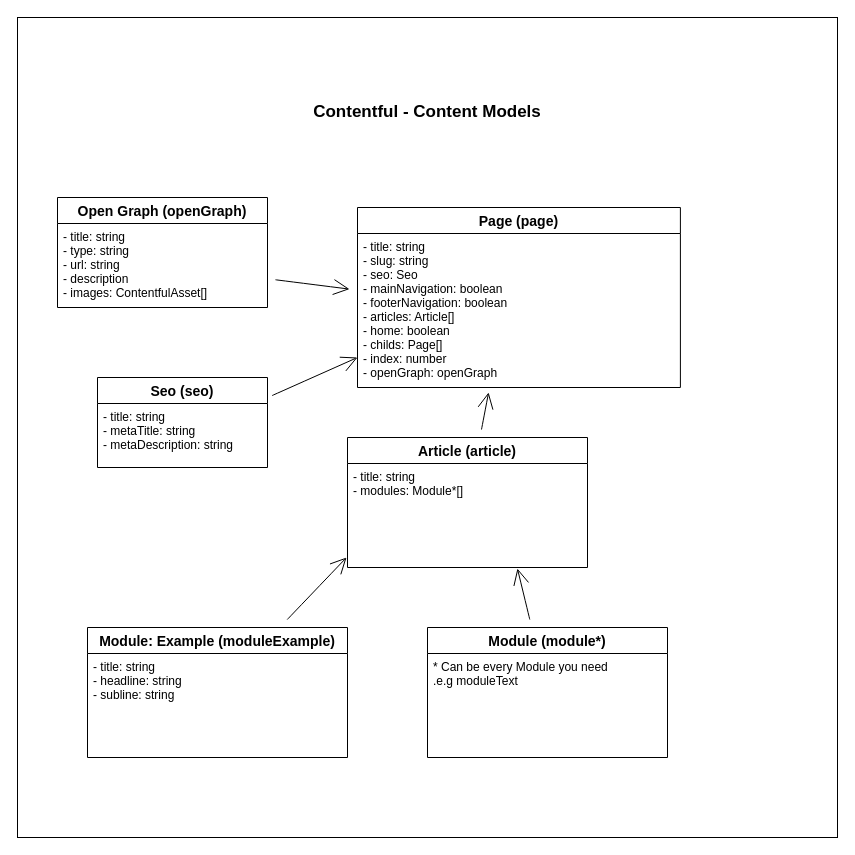
Before: content-model.drawio in nextful/framework, a draw.io diagram. Source tidied: cells renumbered, new cells numbered last; positions are measured from the earlier drawing's top-left corner, leaving out a move shared by most shapes. Both pictures are drawn from the tidied source at 100%, with x=0, y=0 at pixel (17, 17).
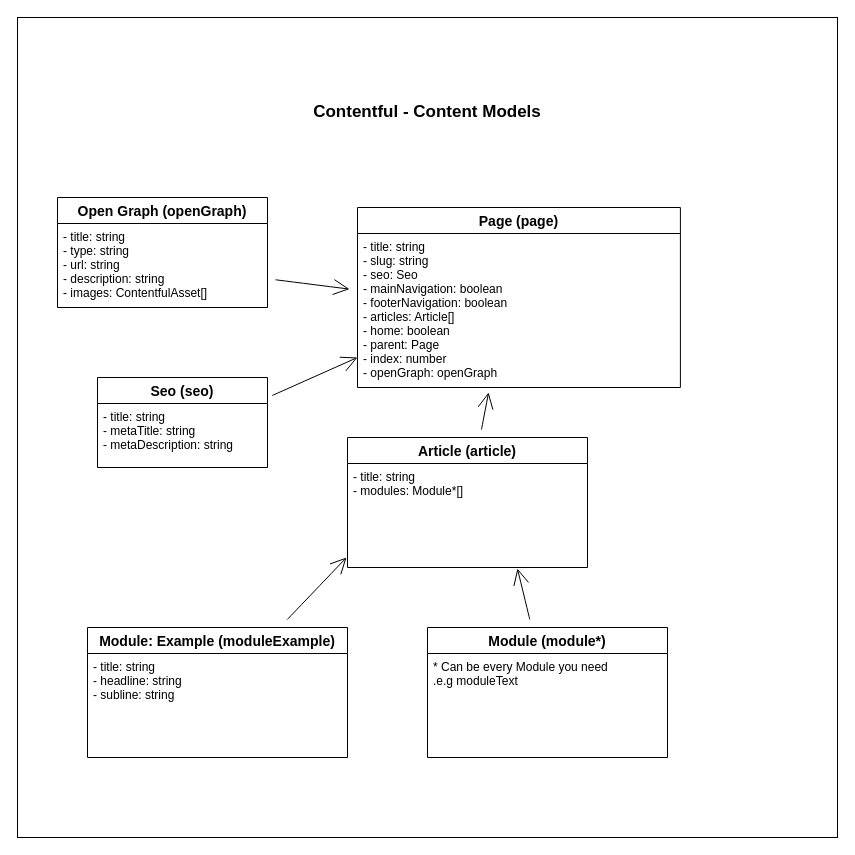
After the change.

Unchanged cells that the change refers to:
```xml
<mxCell id="4" value="Page (page)" style="swimlane;fontStyle=1;horizontal=1;startSize=26;align=center;fontSize=14;" parent="3" vertex="1">
  <mxGeometry x="260" width="322.9" height="180" as="geometry" />
</mxCell>
<mxCell id="18" value="Open Graph (openGraph)" style="swimlane;fontStyle=1;horizontal=1;startSize=26;align=center;fontSize=14;" parent="1" vertex="1">
  <mxGeometry x="40" y="180" width="210" height="110" as="geometry" />
</mxCell>
```

Change to the diagram source:
```diff
@@
-    <mxCell id="5" value="- title: string&#10;- slug: string&#10;- seo: Seo &#10;- mainNavigation: boolean&#10;- footerNavigation: boolean&#10;- articles: Article[]&#10;- home: boolean&#10;- childs: Page[]&#10;- index: number&#10;- openGraph: openGraph" style="text;strokeColor=none;fillColor=none;spacingLeft=4;spacingRight=4;overflow=hidden;points=[[0,0.5],[1,0.5]];portConstraint=eastwest;fontSize=12;" parent="4" vertex="1">
+    <mxCell id="5" value="- title: string&#10;- slug: string&#10;- seo: Seo &#10;- mainNavigation: boolean&#10;- footerNavigation: boolean&#10;- articles: Article[]&#10;- home: boolean&#10;- parent: Page&#10;- index: number&#10;- openGraph: openGraph" style="text;strokeColor=none;fillColor=none;spacingLeft=4;spacingRight=4;overflow=hidden;points=[[0,0.5],[1,0.5]];portConstraint=eastwest;fontSize=12;" parent="4" vertex="1">
       <mxGeometry y="26" width="322.9" height="154" as="geometry" />
     </mxCell>
@@
-    <mxCell id="19" value="- title: string&#10;- type: string&#10;- url: string&#10;- description&#10;- images: ContentfulAsset[]" style="text;strokeColor=none;fillColor=none;spacingLeft=4;spacingRight=4;overflow=hidden;points=[[0,0.5],[1,0.5]];portConstraint=eastwest;fontSize=12;" parent="18" vertex="1">
+    <mxCell id="19" value="- title: string&#10;- type: string&#10;- url: string&#10;- description: string&#10;- images: ContentfulAsset[]" style="text;strokeColor=none;fillColor=none;spacingLeft=4;spacingRight=4;overflow=hidden;points=[[0,0.5],[1,0.5]];portConstraint=eastwest;fontSize=12;" parent="18" vertex="1">
       <mxGeometry y="26" width="210" height="84" as="geometry" />
     </mxCell>
```
